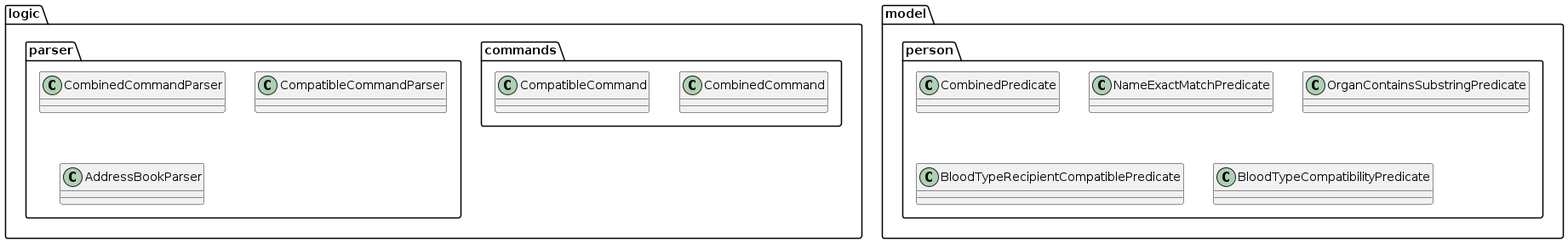
AY2526S1-CS2103T-T17-3/tp keeps this PlantUML diagram as diagrams/CombinedCompatibleClassDiagram.png. Above is the earlier version. Its source is kept beside it as diagrams/CombinedCompatibleClassDiagram.puml. Source of this version:
```plantuml
@startuml
skinparam classAttributeIconSize 0

package "logic.commands" {
  class CombinedCommand
  class CompatibleCommand
}

package "logic.parser" {
  class CombinedCommandParser
  class CompatibleCommandParser
  class AddressBookParser
}

package "model.person" {
  class CombinedPredicate
  class NameExactMatchPredicate
  class OrganContainsSubstringPredicate
  class BloodTypeRecipientCompatiblePredicate
  class BloodTypeCompatibilityPredicate
}


@enduml
```
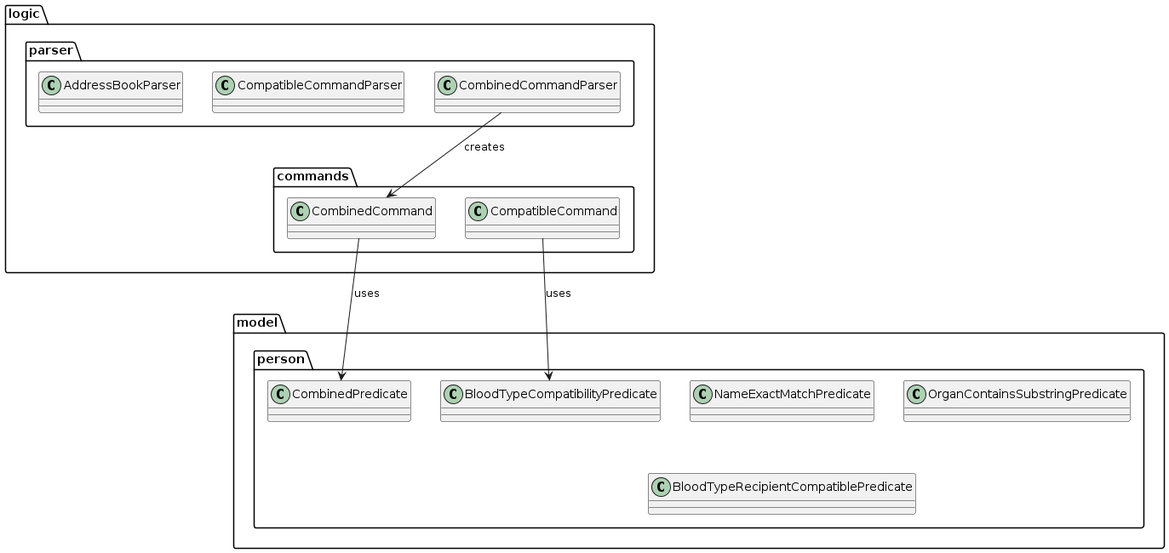
After the change.

The edit, as a diff of the source:
```diff
@@ -20,5 +20,9 @@
   class BloodTypeCompatibilityPredicate
 }
 
+CombinedCommand --> CombinedPredicate : uses
+CompatibleCommand --> BloodTypeCompatibilityPredicate : uses
+
+CombinedCommandParser --> CombinedCommand : creates
 
 @enduml
```
